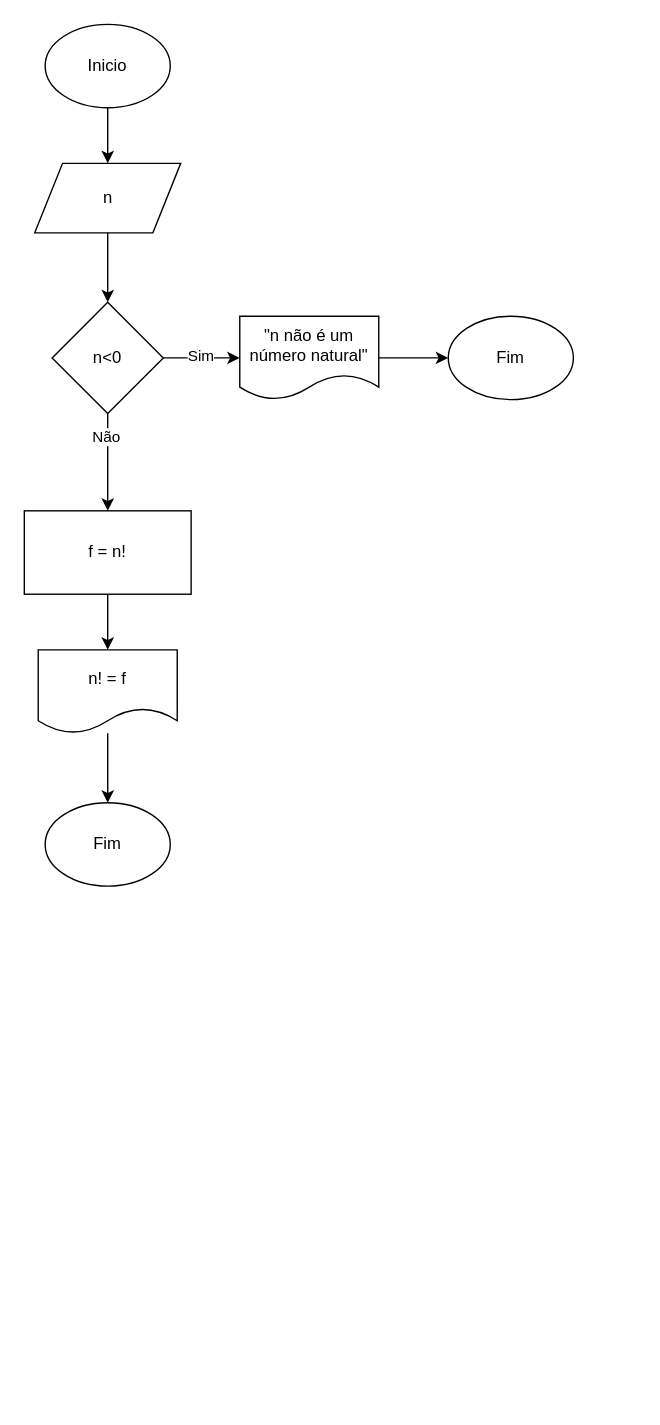
luanayasmim/repos-cap-unasp keeps this draw.io diagram as ex4.drawio. Above is the earlier version. Source tidied: cells renumbered, new cells numbered last; positions are measured from the earlier drawing's top-left corner, leaving out a move shared by most shapes. Both pictures are drawn from the tidied source at 139%, with x=0, y=0 at pixel (24, 24).
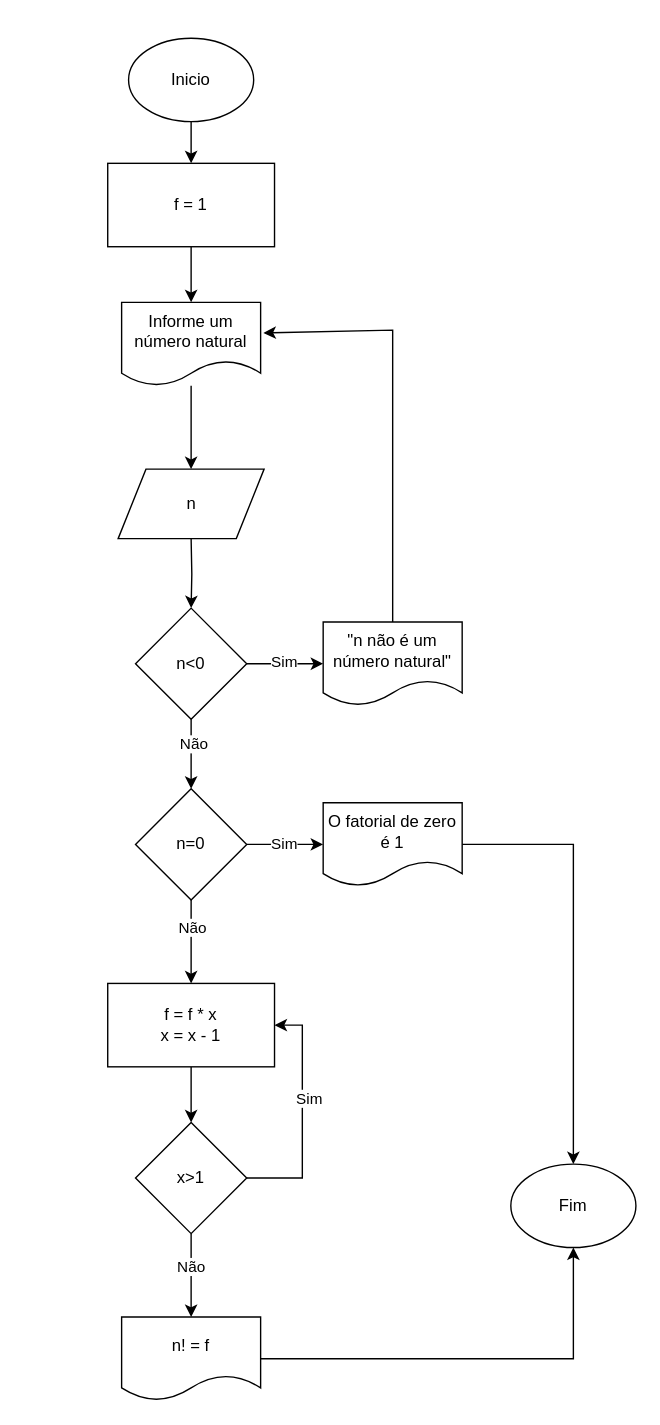
The same diagram, later.

Diff of the diagram source:
```diff
@@
-    <mxCell id="2" style="edgeStyle=orthogonalEdgeStyle;rounded=0;jettySize=auto;html=1;" parent="1" edge="1" source="3" target="5">
-      <mxGeometry relative="1" as="geometry" />
-    </mxCell>
+    <mxCell id="19" style="edgeStyle=orthogonalEdgeStyle;rounded=0;jettySize=auto;html=1;" parent="1" edge="1" source="3" target="39">
+      <mxGeometry relative="1" as="geometry" />
+    </mxCell>
     <mxCell id="3" value="Inicio" style="ellipse;whiteSpace=wrap;html=1;" parent="1" vertex="1">
-      <mxGeometry x="15" width="90" height="60" as="geometry" />
+      <mxGeometry x="75" y="10" width="90" height="60" as="geometry" />
     </mxCell>
-    <mxCell id="4" style="edgeStyle=orthogonalEdgeStyle;rounded=0;jettySize=auto;html=1;" parent="1" edge="1" source="5" target="10">
-      <mxGeometry relative="1" as="geometry" />
+    <mxCell id="4" style="edgeStyle=orthogonalEdgeStyle;rounded=0;jettySize=auto;html=1;" parent="1" edge="1" target="10">
+      <mxGeometry relative="1" as="geometry">
+        <mxPoint x="120" y="370" as="sourcePoint" />
+      </mxGeometry>
     </mxCell>
     <mxCell id="5" value="n" style="shape=parallelogram;perimeter=parallelogramPerimeter;whiteSpace=wrap;html=1;fixedSize=1;" parent="1" vertex="1">
-      <mxGeometry x="7.5" y="100" width="105" height="50" as="geometry" />
+      <mxGeometry x="67.5" y="320" width="105" height="50" as="geometry" />
     </mxCell>
@@
-    <mxCell id="8" style="edgeStyle=orthogonalEdgeStyle;rounded=0;jettySize=auto;html=1;" parent="1" edge="1" source="10" target="14">
-      <mxGeometry relative="1" as="geometry" />
-    </mxCell>
-    <mxCell id="9" value="Não" style="edgeLabel;html=1;align=center;verticalAlign=middle;" parent="8" vertex="1">
-      <mxGeometry x="-0.55" y="-2" relative="1" as="geometry" />
-    </mxCell>
+    <mxCell id="20" style="edgeStyle=orthogonalEdgeStyle;rounded=0;jettySize=auto;html=1;" parent="1" edge="1" source="10" target="30">
+      <mxGeometry relative="1" as="geometry" />
+    </mxCell>
+    <mxCell id="21" value="Não" style="edgeLabel;html=1;align=center;verticalAlign=middle;" parent="20" vertex="1">
+      <mxGeometry x="-0.33" y="1" relative="1" as="geometry" />
+    </mxCell>
     <mxCell id="10" value="n&amp;lt;0" style="rhombus;whiteSpace=wrap;html=1;" parent="1" vertex="1">
-      <mxGeometry x="20" y="200" width="80" height="80" as="geometry" />
+      <mxGeometry x="80" y="420" width="80" height="80" as="geometry" />
     </mxCell>
-    <mxCell id="11" style="edgeStyle=orthogonalEdgeStyle;rounded=0;jettySize=auto;html=1;" parent="1" edge="1" source="12" target="15">
-      <mxGeometry relative="1" as="geometry" />
-    </mxCell>
     <mxCell id="12" value="&quot;n não é um número natural&quot;" style="shape=document;whiteSpace=wrap;html=1;boundedLbl=1;" parent="1" vertex="1">
-      <mxGeometry x="155" y="210" width="100" height="60" as="geometry" />
+      <mxGeometry x="215" y="430" width="100" height="60" as="geometry" />
     </mxCell>
-    <mxCell id="13" style="edgeStyle=orthogonalEdgeStyle;rounded=0;jettySize=auto;html=1;" parent="1" edge="1" source="14" target="17">
-      <mxGeometry relative="1" as="geometry" />
-    </mxCell>
+    <mxCell id="22" style="edgeStyle=orthogonalEdgeStyle;rounded=0;jettySize=auto;html=1;" parent="1" edge="1" source="14" target="37">
+      <mxGeometry relative="1" as="geometry" />
+    </mxCell>
-    <mxCell id="14" value="f = n!" style="rounded=0;whiteSpace=wrap;html=1;" parent="1" vertex="1">
-      <mxGeometry y="350" width="120" height="60" as="geometry" />
+    <mxCell id="14" value="f = f * x&lt;br&gt;x = x - 1" style="rounded=0;whiteSpace=wrap;html=1;" parent="1" vertex="1">
+      <mxGeometry x="60" y="690" width="120" height="60" as="geometry" />
     </mxCell>
-    <mxCell id="15" value="Fim" style="ellipse;whiteSpace=wrap;html=1;" parent="1" vertex="1">
-      <mxGeometry x="305" y="210" width="90" height="60" as="geometry" />
-    </mxCell>
@@
     <mxCell id="17" value="n! = f" style="shape=document;whiteSpace=wrap;html=1;boundedLbl=1;" parent="1" vertex="1">
-      <mxGeometry x="10" y="450" width="100" height="60" as="geometry" />
+      <mxGeometry x="70" y="930" width="100" height="60" as="geometry" />
     </mxCell>
     <mxCell id="18" value="Fim" style="ellipse;whiteSpace=wrap;html=1;" parent="1" vertex="1">
-      <mxGeometry x="15" y="560" width="90" height="60" as="geometry" />
+      <mxGeometry x="350" y="820" width="90" height="60" as="geometry" />
     </mxCell>
+    <mxCell id="23" style="edgeStyle=orthogonalEdgeStyle;rounded=0;jettySize=auto;html=1;" parent="1" edge="1" source="24" target="5">
+      <mxGeometry relative="1" as="geometry" />
+    </mxCell>
+    <mxCell id="24" value="Informe um número natural" style="shape=document;whiteSpace=wrap;html=1;boundedLbl=1;" parent="1" vertex="1">
+      <mxGeometry x="70" y="200" width="100" height="60" as="geometry" />
+    </mxCell>
+    <mxCell id="25" style="endArrow=classic;html=1;rounded=0;exitX=0.5;exitY=0;exitDx=0;exitDy=0;entryX=1.02;entryY=0.367;entryDx=0;entryDy=0;entryPerimeter=0;" parent="1" edge="1" source="12" target="24">
+      <mxGeometry relative="1" as="geometry">
+        <Array as="points">
+          <mxPoint x="265" y="220" />
+        </Array>
+      </mxGeometry>
+    </mxCell>
+    <mxCell id="26" style="edgeStyle=orthogonalEdgeStyle;rounded=0;jettySize=auto;html=1;" parent="1" edge="1" source="30" target="14">
+      <mxGeometry relative="1" as="geometry" />
+    </mxCell>
+    <mxCell id="27" value="Não" style="edgeLabel;html=1;align=center;verticalAlign=middle;" parent="26" vertex="1">
+      <mxGeometry x="-0.38" relative="1" as="geometry" />
+    </mxCell>
+    <mxCell id="28" style="edgeStyle=orthogonalEdgeStyle;rounded=0;jettySize=auto;html=1;" parent="1" edge="1" source="30" target="32">
+      <mxGeometry relative="1" as="geometry" />
+    </mxCell>
+    <mxCell id="29" value="Sim" style="edgeLabel;html=1;align=center;verticalAlign=middle;" parent="28" vertex="1">
+      <mxGeometry x="-0.05" y="1" relative="1" as="geometry" />
+    </mxCell>
+    <mxCell id="30" value="n=0" style="rhombus;whiteSpace=wrap;html=1;" parent="1" vertex="1">
+      <mxGeometry x="80" y="550" width="80" height="80" as="geometry" />
+    </mxCell>
+    <mxCell id="31" style="edgeStyle=orthogonalEdgeStyle;rounded=0;jettySize=auto;html=1;" parent="1" edge="1" source="32" target="18">
+      <mxGeometry relative="1" as="geometry" />
+    </mxCell>
+    <mxCell id="32" value="O fatorial de zero é 1" style="shape=document;whiteSpace=wrap;html=1;boundedLbl=1;" parent="1" vertex="1">
+      <mxGeometry x="215" y="560" width="100" height="60" as="geometry" />
+    </mxCell>
+    <mxCell id="33" style="edgeStyle=orthogonalEdgeStyle;rounded=0;jettySize=auto;html=1;entryX=1;entryY=0.5;entryDx=0;entryDy=0;" parent="1" edge="1" source="37" target="14">
+      <mxGeometry relative="1" as="geometry">
+        <Array as="points">
+          <mxPoint x="200" y="830" />
+          <mxPoint x="200" y="720" />
+        </Array>
+      </mxGeometry>
+    </mxCell>
+    <mxCell id="34" value="Sim" style="edgeLabel;html=1;align=center;verticalAlign=middle;" parent="33" vertex="1">
+      <mxGeometry x="0.15" y="-4" relative="1" as="geometry" />
+    </mxCell>
+    <mxCell id="35" style="edgeStyle=orthogonalEdgeStyle;rounded=0;jettySize=auto;html=1;" parent="1" edge="1" source="37" target="17">
+      <mxGeometry relative="1" as="geometry" />
+    </mxCell>
+    <mxCell id="36" value="Não" style="edgeLabel;html=1;align=center;verticalAlign=middle;" parent="35" vertex="1">
+      <mxGeometry x="-0.24" y="-1" relative="1" as="geometry" />
+    </mxCell>
+    <mxCell id="37" value="x&amp;gt;1" style="rhombus;whiteSpace=wrap;html=1;" parent="1" vertex="1">
+      <mxGeometry x="80" y="790" width="80" height="80" as="geometry" />
+    </mxCell>
+    <mxCell id="38" style="edgeStyle=orthogonalEdgeStyle;rounded=0;jettySize=auto;html=1;" parent="1" edge="1" source="39" target="24">
+      <mxGeometry relative="1" as="geometry" />
+    </mxCell>
+    <mxCell id="39" value="f = 1" style="rounded=0;whiteSpace=wrap;html=1;" parent="1" vertex="1">
+      <mxGeometry x="60" y="100" width="120" height="60" as="geometry" />
+    </mxCell>
```
